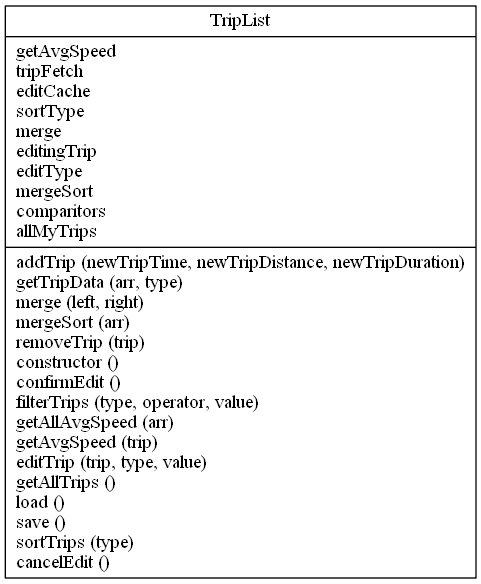
This is test_jsparser/output/classes.dot.png from ChironEvans/de321-Assignment2-2020, a Graphviz export, as it was before one commit. Its source is kept beside it as test_jsparser/output/classes.dot. Its diagram source:
```dot
digraph "classes_test" {
charset="utf-8"
rankdir=BT
"0" [label="{TripList|getAvgSpeed\ltripFetch\leditCache\lsortType\lmerge\leditingTrip\leditType\lmergeSort\lcomparitors\lallMyTrips\l|addTrip (newTripTime, newTripDistance, newTripDuration)\lgetTripData (arr, type)\lmerge (left, right)\lmergeSort (arr)\lremoveTrip (trip)\lconstructor ()\lconfirmEdit ()\lfilterTrips (type, operator, value)\lgetAllAvgSpeed (arr)\lgetAvgSpeed (trip)\leditTrip (trip, type, value)\lgetAllTrips ()\lload ()\lsave ()\lsortTrips (type)\lcancelEdit ()\l}", shape="record"];
}
```
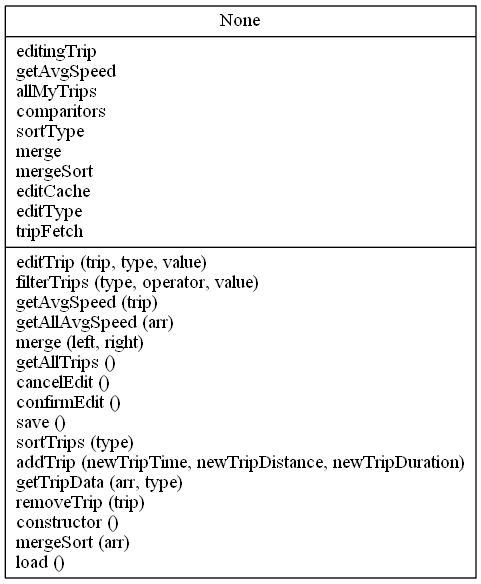
The same file after the commit.

What changed in the source:
```diff
@@ -1,5 +1,5 @@
 digraph "classes_test" {
 charset="utf-8"
 rankdir=BT
-"0" [label="{TripList|getAvgSpeed\ltripFetch\leditCache\lsortType\lmerge\leditingTrip\leditType\lmergeSort\lcomparitors\lallMyTrips\l|addTrip (newTripTime, newTripDistance, newTripDuration)\lgetTripData (arr, type)\lmerge (left, right)\lmergeSort (arr)\lremoveTrip (trip)\lconstructor ()\lconfirmEdit ()\lfilterTrips (type, operator, value)\lgetAllAvgSpeed (arr)\lgetAvgSpeed (trip)\leditTrip (trip, type, value)\lgetAllTrips ()\lload ()\lsave ()\lsortTrips (type)\lcancelEdit ()\l}", shape="record"];
+"0" [label="{None|editingTrip\lgetAvgSpeed\lallMyTrips\lcomparitors\lsortType\lmerge\lmergeSort\leditCache\leditType\ltripFetch\l|editTrip (trip, type, value)\lfilterTrips (type, operator, value)\lgetAvgSpeed (trip)\lgetAllAvgSpeed (arr)\lmerge (left, right)\lgetAllTrips ()\lcancelEdit ()\lconfirmEdit ()\lsave ()\lsortTrips (type)\laddTrip (newTripTime, newTripDistance, newTripDuration)\lgetTripData (arr, type)\lremoveTrip (trip)\lconstructor ()\lmergeSort (arr)\lload ()\l}", shape="record"];
 }
```
